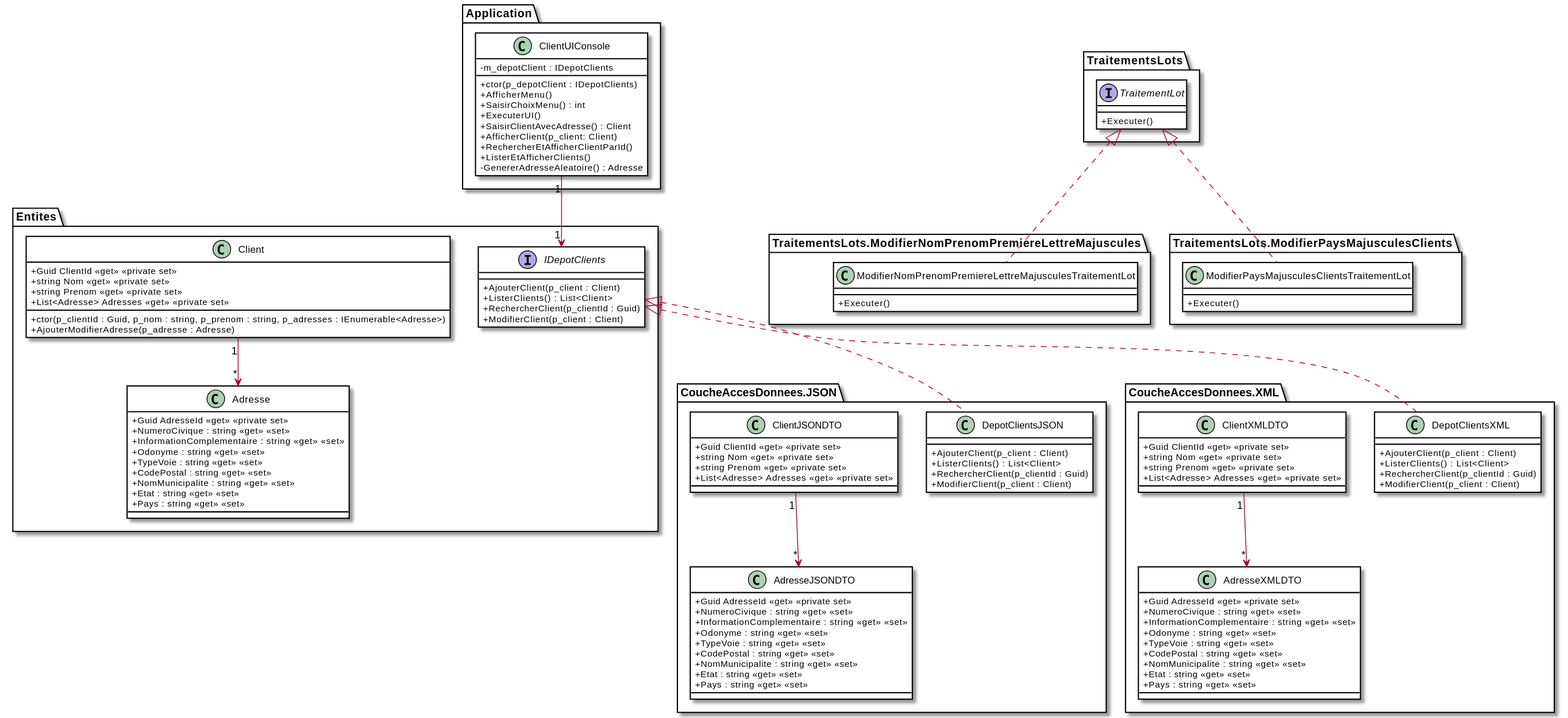
This is images/Module06_Formats_Echanges/diag/src/DiagExerciceClients/DiagClassesClients.svg from PiFou86/420-W30-SF, a PlantUML export, as it was before one commit.
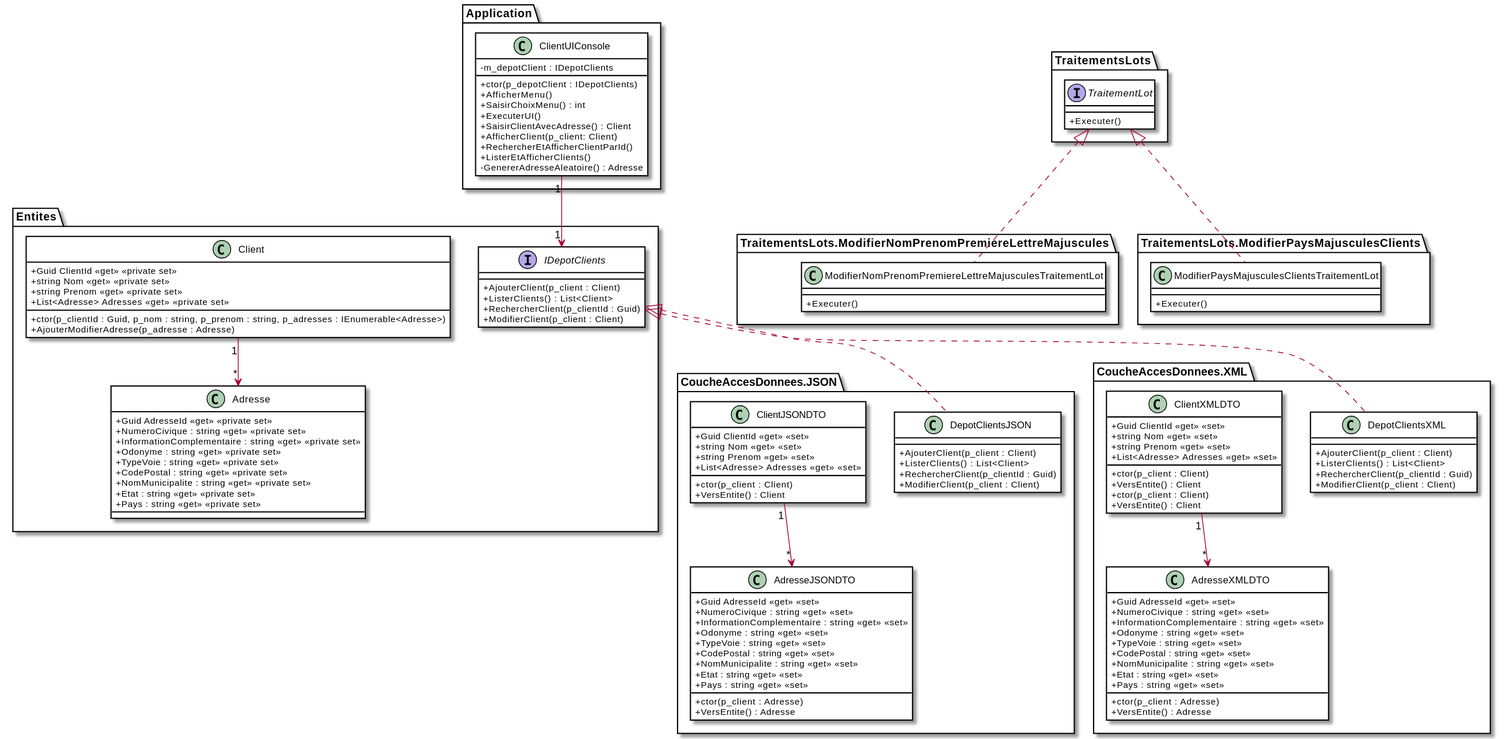
Later version of the same file.

Commit message:
Ajout informations sur la conversion des DTOs

Diff of the diagram source:
```diff
@@ -21,14 +21,14 @@
 
     class Adresse {
         + Guid AdresseId <<get>> <<private set>>
-        + NumeroCivique : string <<get>> <<set>>
-        + InformationComplementaire : string <<get>> <<set>>
-        + Odonyme : string <<get>> <<set>>
-        + TypeVoie : string <<get>> <<set>>
-        + CodePostal : string <<get>> <<set>>
-        + NomMunicipalite : string <<get>> <<set>>
-        + Etat : string <<get>> <<set>>
-        + Pays : string  <<get>> <<set>>
+        + NumeroCivique : string <<get>> <<private set>>
+        + InformationComplementaire : string <<get>> <<private set>>
+        + Odonyme : string <<get>> <<private set>>
+        + TypeVoie : string <<get>> <<private set>>
+        + CodePostal : string <<get>> <<private set>>
+        + NomMunicipalite : string <<get>> <<private set>>
+        + Etat : string <<get>> <<private set>>
+        + Pays : string  <<get>> <<private set>>
     }
 
     interface IDepotClients {
@@ -44,14 +44,16 @@
     ClientJSONDTO "1" --> "*" AdresseJSONDTO
 
     class ClientJSONDTO {
-        + Guid ClientId <<get>> <<private set>>
-        + string Nom <<get>> <<private set>>
-        + string Prenom <<get>> <<private set>>
-        + List<Adresse> Adresses <<get>> <<private set>>
+        + Guid ClientId <<get>> <<set>>
+        + string Nom <<get>> <<set>>
+        + string Prenom <<get>> <<set>>
+        + List<Adresse> Adresses <<get>> <<set>>
+        + ctor(p_client : Client)
+        + VersEntite() : Client
     }
 
     class AdresseJSONDTO {
-        + Guid AdresseId <<get>> <<private set>>
+        + Guid AdresseId <<get>> <<set>>
         + NumeroCivique : string <<get>> <<set>>
         + InformationComplementaire : string <<get>> <<set>>
         + Odonyme : string <<get>> <<set>>
@@ -60,6 +62,8 @@
         + NomMunicipalite : string <<get>> <<set>>
         + Etat : string <<get>> <<set>>
         + Pays : string  <<get>> <<set>>
+        + ctor(p_client : Adresse)
+        + VersEntite() : Adresse
     }
 
     class DepotClientsJSON {
@@ -75,10 +79,14 @@
     ClientXMLDTO "1" --> "*" AdresseXMLDTO
 
     class ClientXMLDTO {
-        + Guid ClientId <<get>> <<private set>>
-        + string Nom <<get>> <<private set>>
-        + string Prenom <<get>> <<private set>>
-        + List<Adresse> Adresses <<get>> <<private set>>
+        + Guid ClientId <<get>> <<set>>
+        + string Nom <<get>> <<set>>
+        + string Prenom <<get>> <<set>>
+        + List<Adresse> Adresses <<get>> <<set>>
+        + ctor(p_client : Client)
+        + VersEntite() : Client
+        + ctor(p_client : Client)
+        + VersEntite() : Client
     }
 
     class DepotClientsXML {
@@ -89,7 +97,7 @@
     }
 
     class AdresseXMLDTO {
-        + Guid AdresseId <<get>> <<private set>>
+        + Guid AdresseId <<get>> <<set>>
         + NumeroCivique : string <<get>> <<set>>
         + InformationComplementaire : string <<get>> <<set>>
         + Odonyme : string <<get>> <<set>>
@@ -98,6 +106,8 @@
         + NomMunicipalite : string <<get>> <<set>>
         + Etat : string <<get>> <<set>>
         + Pays : string  <<get>> <<set>>
+        + ctor(p_client : Adresse)
+        + VersEntite() : Adresse
     }
 }
 
```
